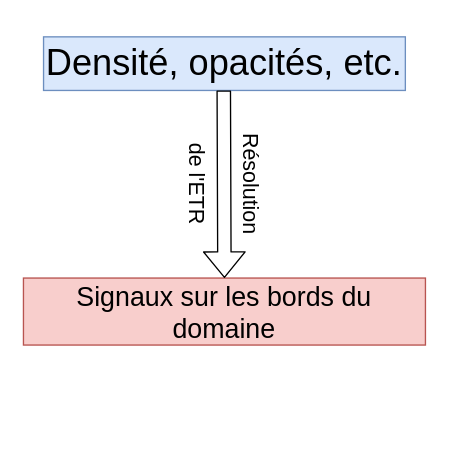
Earlier version of the draw.io diagram page "Page-1" (1 of 2) of doc/presentation/Figures/ProblemeInverse.drawio (ddrous/projet-inverse-2d). Source tidied: cells renumbered, new cells numbered last; positions are measured from the earlier drawing's top-left corner, leaving out a move shared by most shapes. Both pictures are drawn from the tidied source at 134%, with x=0, y=0 at pixel (23, 36).
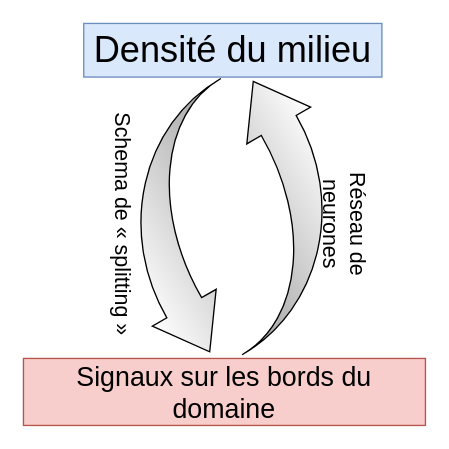
After the change.

The edit, as a diff of the source:
```diff
@@
 <mxGraphModel>
   <root>
     <mxCell id="0" />
     <mxCell id="1" parent="0" />
-    <mxCell id="2" value="&lt;font face=&quot;Iwona&quot; style=&quot;font-size: 27px&quot;&gt;Densité, opacités, etc.&lt;/font&gt;" style="text;html=1;strokeColor=#6c8ebf;fillColor=#dae8fc;align=center;verticalAlign=middle;whiteSpace=wrap;rounded=0;" parent="1" vertex="1">
-      <mxGeometry x="15" width="270" height="40" as="geometry" />
+    <mxCell id="2" value="&lt;font face=&quot;Iwona&quot; style=&quot;font-size: 27px&quot;&gt;Densité du milieu&lt;/font&gt;" style="text;html=1;strokeColor=#6c8ebf;fillColor=#dae8fc;align=center;verticalAlign=middle;whiteSpace=wrap;rounded=0;" parent="1" vertex="1">
+      <mxGeometry x="45" y="-10" width="222.5" height="40" as="geometry" />
     </mxCell>
     <mxCell id="3" value="&lt;font face=&quot;Iwona&quot; style=&quot;font-size: 20px&quot;&gt;Signaux sur les bords du domaine&lt;/font&gt;" style="text;html=1;strokeColor=#b85450;fillColor=#f8cecc;align=center;verticalAlign=middle;whiteSpace=wrap;rounded=0;" parent="1" vertex="1">
-      <mxGeometry y="180" width="300" height="50" as="geometry" />
+      <mxGeometry y="240" width="300" height="50" as="geometry" />
     </mxCell>
-    <mxCell id="4" value="&lt;font style=&quot;font-size: 16px&quot; face=&quot;Iwona&quot;&gt;Résolution&lt;/font&gt;" style="text;html=1;strokeColor=none;fillColor=none;align=center;verticalAlign=middle;whiteSpace=wrap;rounded=0;rotation=90;" parent="1" vertex="1">
-      <mxGeometry x="95" y="100" width="150" height="20" as="geometry" />
+    <mxCell id="4" value="&lt;font style=&quot;font-size: 16px&quot; face=&quot;Iwona&quot;&gt;Schema de « splitting »&lt;/font&gt;" style="text;html=1;strokeColor=none;fillColor=none;align=center;verticalAlign=middle;whiteSpace=wrap;rounded=0;rotation=90;" parent="1" vertex="1">
+      <mxGeometry x="-15" y="130" width="180" height="20" as="geometry" />
     </mxCell>
-    <mxCell id="5" value="&lt;font style=&quot;font-size: 16px&quot; face=&quot;Iwona&quot;&gt;de l'ETR&lt;/font&gt;" style="text;html=1;strokeColor=none;fillColor=none;align=center;verticalAlign=middle;whiteSpace=wrap;rounded=0;rotation=90;" parent="1" vertex="1">
-      <mxGeometry x="55" y="100" width="150" height="20" as="geometry" />
-    </mxCell>
-    <mxCell id="6" style="shape=flexArrow;endArrow=classic;html=1;" parent="1" edge="1">
-      <mxGeometry relative="1" as="geometry">
-        <mxPoint x="149.5" y="40" as="sourcePoint" />
-        <mxPoint x="150" y="180" as="targetPoint" />
-      </mxGeometry>
-    </mxCell>
+    <mxCell id="7" style="html=1;shadow=0;dashed=0;align=center;verticalAlign=middle;shape=mxgraph.arrows2.jumpInArrow;dy=15;dx=38;arrowHead=55;rotation=60;direction=east;flipV=1;flipH=0;gradientColor=#999999;" parent="1" vertex="1">
+      <mxGeometry x="45" y="71.6" width="172.5" height="136.7" as="geometry" />
+    </mxCell>
+    <mxCell id="8" style="html=1;shadow=0;dashed=0;align=center;verticalAlign=middle;shape=mxgraph.arrows2.jumpInArrow;dy=15;dx=38;arrowHead=55;rotation=60;direction=west;flipV=1;flipH=0;gradientColor=#FFFFFF;fillColor=#999999;gradientDirection=north;" parent="1" vertex="1">
+      <mxGeometry x="93" y="60" width="172.5" height="136.7" as="geometry" />
+    </mxCell>
+    <mxCell id="9" value="&lt;font style=&quot;font-size: 16px&quot; face=&quot;Iwona&quot;&gt;Réseau de neurones&lt;/font&gt;" style="text;html=1;strokeColor=none;fillColor=none;align=center;verticalAlign=middle;whiteSpace=wrap;rounded=0;rotation=90;" parent="1" vertex="1">
+      <mxGeometry x="165" y="130" width="150" height="20" as="geometry" />
+    </mxCell>
   </root>
 </mxGraphModel>
```
